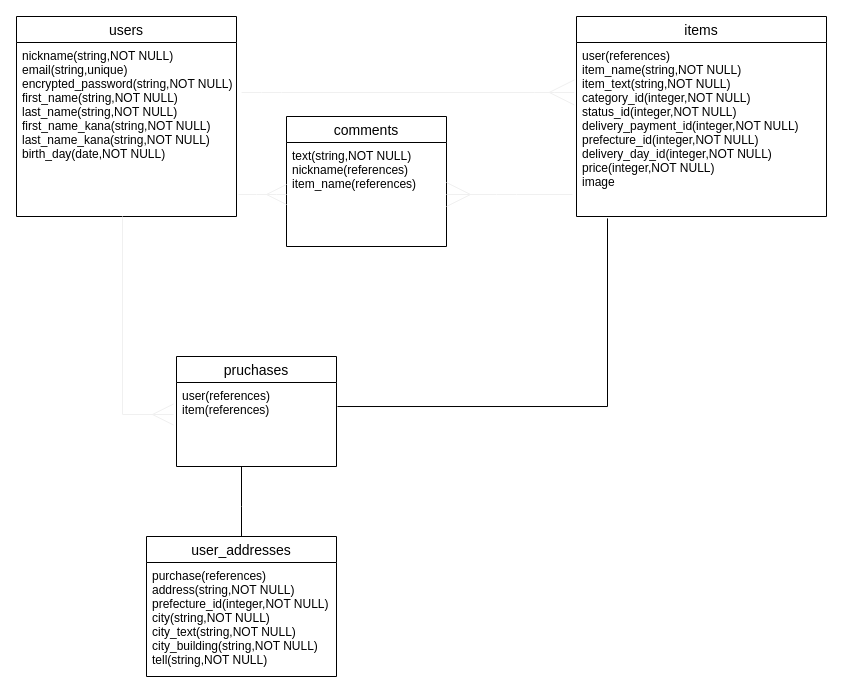
Above: ER.dio in shota-ishi73/furima-34251 (draw.io), before the change. Source tidied: cells renumbered, new cells numbered last; positions are measured from the earlier drawing's top-left corner, leaving out a move shared by most shapes. Both pictures are drawn from the tidied source at 100%, with x=0, y=0 at pixel (16, 16).
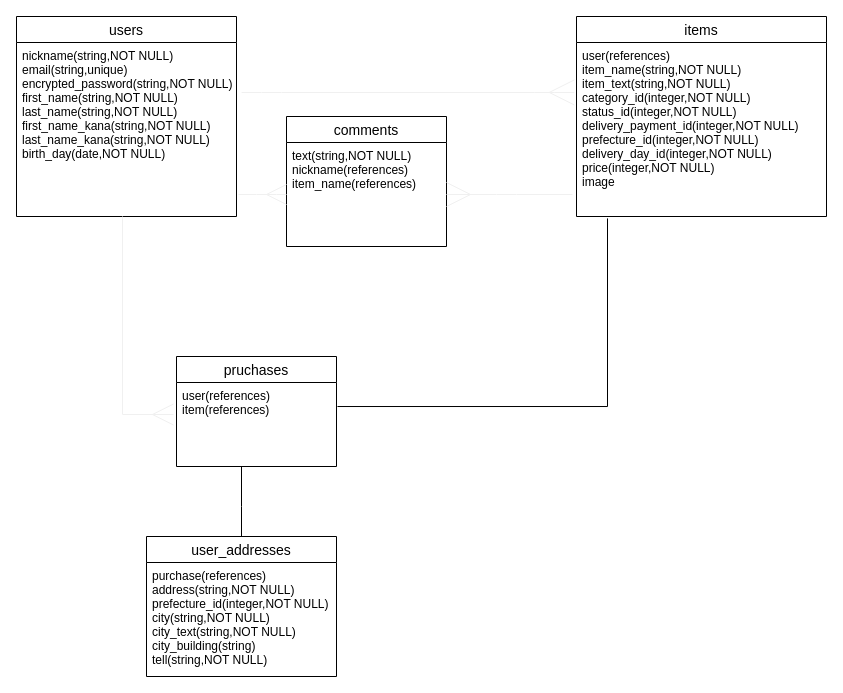
The same page after the edit.

The change refers to these unchanged cells:
```xml
<mxCell id="11" value="user_addresses" style="swimlane;fontStyle=0;horizontal=1;startSize=26;align=center;fontSize=14;strokeWidth=1;" parent="1" vertex="1">
  <mxGeometry x="130" y="520" width="190" height="140" as="geometry" />
</mxCell>
```

Change to the diagram source:
```diff
@@
-    <mxCell id="12" value="purchase(references)&#10;address(string,NOT NULL)&#10;prefecture_id(integer,NOT NULL)&#10;city(string,NOT NULL)&#10;city_text(string,NOT NULL)&#10;city_building(string,NOT NULL)&#10;tell(string,NOT NULL)&#10;" style="text;strokeColor=none;fillColor=none;spacingLeft=4;spacingRight=4;overflow=hidden;fontSize=12;" parent="11" vertex="1">
+    <mxCell id="12" value="purchase(references)&#10;address(string,NOT NULL)&#10;prefecture_id(integer,NOT NULL)&#10;city(string,NOT NULL)&#10;city_text(string,NOT NULL)&#10;city_building(string)&#10;tell(string,NOT NULL)&#10;" style="text;strokeColor=none;fillColor=none;spacingLeft=4;spacingRight=4;overflow=hidden;fontSize=12;" parent="11" vertex="1">
       <mxGeometry y="26" width="190" height="114" as="geometry" />
     </mxCell>
```
